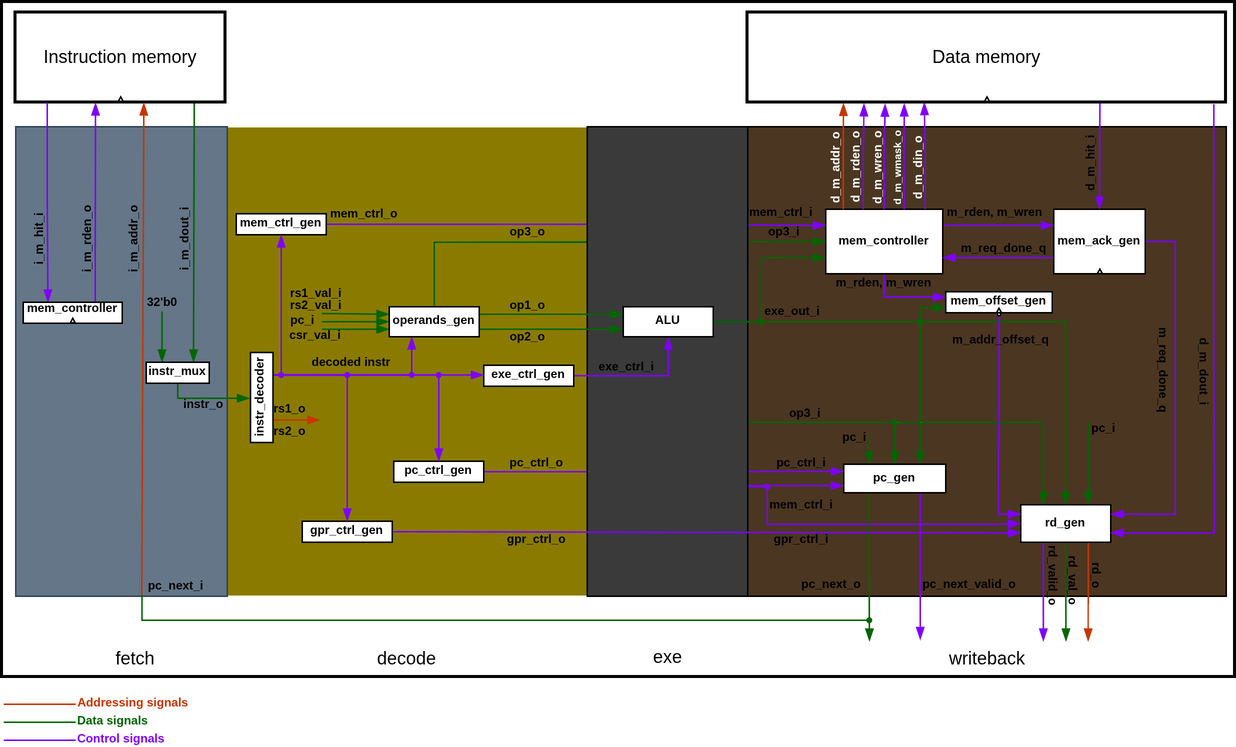
Kawanami-git/SCHOLAR_RISC-V keeps this draw.io diagram as img/SCHOLAR_RISC-V_architecture.png. Above is the earlier version. Source tidied: cells renumbered, new cells last; positions are measured from the earlier drawing's top-left corner, leaving out a move shared by most shapes.
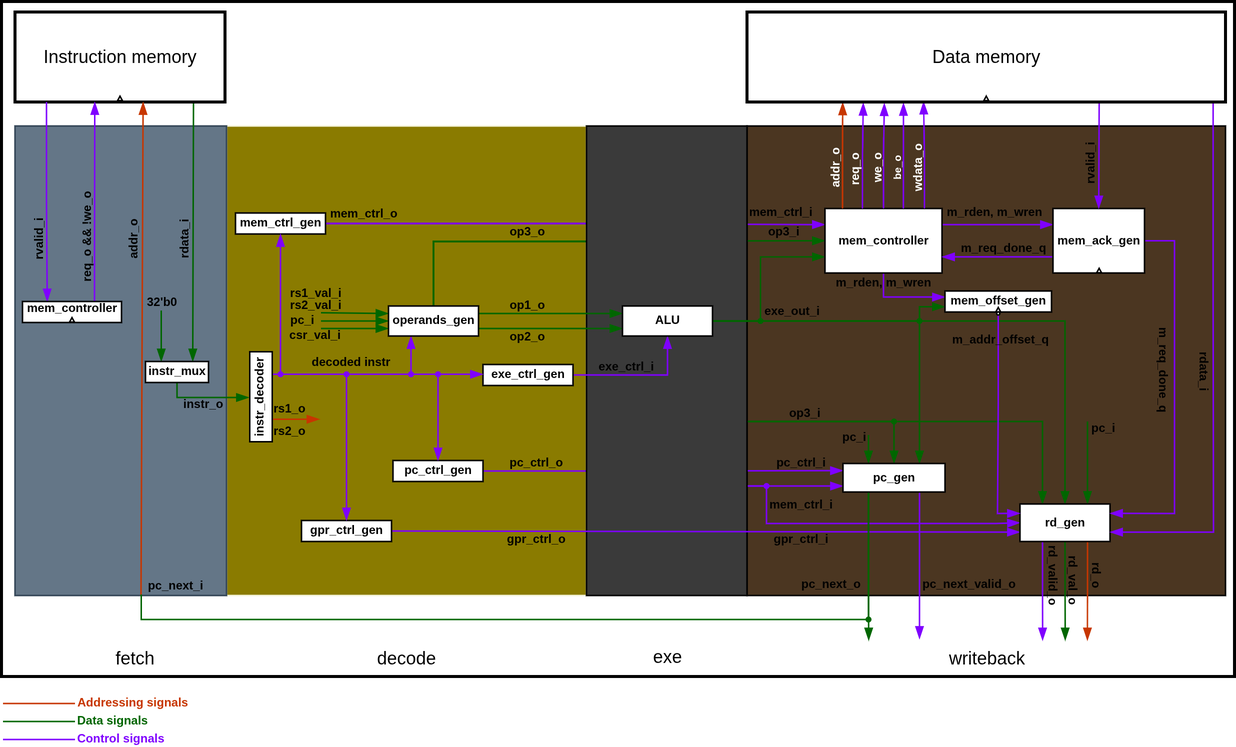
Above is the later version.

The edit, as a diff of the source:
```diff
@@ -102,16 +102,16 @@
     <mxCell id="20" value="&lt;font style=&quot;font-size: 8px;&quot;&gt;&lt;b&gt;32'b0&lt;/b&gt;&lt;/font&gt;" style="text;html=1;align=center;verticalAlign=middle;whiteSpace=wrap;rounded=0;rotation=0;" parent="1" vertex="1">
       <mxGeometry x="95" y="193" width="24" height="12" as="geometry" />
     </mxCell>
-    <mxCell id="21" value="&lt;b&gt;&lt;font style=&quot;font-size: 8px;&quot;&gt;i_m_hit_i&lt;/font&gt;&lt;/b&gt;" style="text;html=1;align=center;verticalAlign=middle;whiteSpace=wrap;rounded=0;spacingBottom=4;textDirection=ltr;rotation=-90;" parent="1" vertex="1">
+    <mxCell id="21" value="&lt;b&gt;&lt;font style=&quot;font-size: 8px;&quot;&gt;rvalid_i&lt;/font&gt;&lt;/b&gt;" style="text;html=1;align=center;verticalAlign=middle;whiteSpace=wrap;rounded=0;spacingBottom=4;textDirection=ltr;rotation=-90;" parent="1" vertex="1">
       <mxGeometry x="3" y="153.5" width="45" height="9" as="geometry" />
     </mxCell>
-    <mxCell id="22" value="&lt;b&gt;&lt;font style=&quot;font-size: 8px;&quot;&gt;i_m_rden_o&lt;/font&gt;&lt;/b&gt;" style="text;html=1;align=center;verticalAlign=middle;whiteSpace=wrap;rounded=0;spacingBottom=4;textDirection=ltr;rotation=-90;" parent="1" vertex="1">
-      <mxGeometry x="35" y="153.5" width="45" height="9" as="geometry" />
+    <mxCell id="22" value="&lt;b&gt;&lt;font style=&quot;font-size: 8px;&quot;&gt;req_o &amp;amp;&amp;amp; !we_o&lt;/font&gt;&lt;/b&gt;" style="text;html=1;align=center;verticalAlign=middle;whiteSpace=wrap;rounded=0;spacingBottom=4;textDirection=ltr;rotation=-90;" parent="1" vertex="1">
+      <mxGeometry x="23" y="152" width="68" height="9" as="geometry" />
     </mxCell>
-    <mxCell id="23" value="&lt;b&gt;&lt;font style=&quot;font-size: 8px;&quot;&gt;i_m_addr_o&lt;/font&gt;&lt;/b&gt;" style="text;html=1;align=center;verticalAlign=middle;whiteSpace=wrap;rounded=0;spacingBottom=4;textDirection=ltr;rotation=-90;" parent="1" vertex="1">
+    <mxCell id="23" value="&lt;b&gt;&lt;font style=&quot;font-size: 8px;&quot;&gt;addr_o&lt;/font&gt;&lt;/b&gt;" style="text;html=1;align=center;verticalAlign=middle;whiteSpace=wrap;rounded=0;spacingBottom=4;textDirection=ltr;rotation=-90;" parent="1" vertex="1">
       <mxGeometry x="66" y="153.5" width="45" height="9" as="geometry" />
     </mxCell>
-    <mxCell id="24" value="&lt;b&gt;&lt;font style=&quot;font-size: 8px;&quot;&gt;i_m_dout_i&lt;/font&gt;&lt;/b&gt;" style="text;html=1;align=center;verticalAlign=middle;whiteSpace=wrap;rounded=0;spacingBottom=4;textDirection=ltr;rotation=-90;" parent="1" vertex="1">
+    <mxCell id="24" value="&lt;b&gt;&lt;font style=&quot;font-size: 8px;&quot;&gt;rdata_i&lt;/font&gt;&lt;/b&gt;" style="text;html=1;align=center;verticalAlign=middle;whiteSpace=wrap;rounded=0;spacingBottom=4;textDirection=ltr;rotation=-90;" parent="1" vertex="1">
       <mxGeometry x="100" y="153.5" width="45" height="9" as="geometry" />
     </mxCell>
     <mxCell id="25" value="&lt;b&gt;&lt;font style=&quot;font-size: 8px;&quot;&gt;instr_o&lt;/font&gt;&lt;/b&gt;" style="text;html=1;align=center;verticalAlign=middle;whiteSpace=wrap;rounded=0;spacingBottom=4;textDirection=ltr;rotation=0;" parent="1" vertex="1">
@@ -400,22 +400,22 @@
     <mxCell id="100" style="rounded=0;jettySize=auto;html=1;exitX=0.736;exitY=1;exitDx=0;exitDy=0;entryX=0.5;entryY=0;entryDx=0;entryDy=0;exitPerimeter=0;strokeColor=#7F00FF;endArrow=blockThin;endFill=1;" parent="1" edge="1" source="107" target="85">
       <mxGeometry relative="1" as="geometry" />
     </mxCell>
-    <mxCell id="101" value="&lt;font style=&quot;font-size: 8px;&quot;&gt;&lt;b&gt;d_m_hit_i&lt;/b&gt;&lt;/font&gt;" style="text;html=1;align=center;verticalAlign=middle;whiteSpace=wrap;rounded=0;spacingBottom=4;rotation=-90;" parent="1" vertex="1">
+    <mxCell id="101" value="&lt;font style=&quot;font-size: 8px;&quot;&gt;&lt;b&gt;rvalid_i&lt;/b&gt;&lt;/font&gt;" style="text;html=1;align=center;verticalAlign=middle;whiteSpace=wrap;rounded=0;spacingBottom=4;rotation=-90;" parent="1" vertex="1">
       <mxGeometry x="707" y="104" width="38" height="7" as="geometry" />
     </mxCell>
-    <mxCell id="102" value="&lt;font style=&quot;font-size: 8px; color: rgb(255, 255, 255);&quot;&gt;&lt;b style=&quot;&quot;&gt;d_m_addr_o&lt;/b&gt;&lt;/font&gt;" style="text;html=1;align=center;verticalAlign=middle;whiteSpace=wrap;rounded=0;spacingBottom=4;rotation=-90;" parent="1" vertex="1">
+    <mxCell id="102" value="&lt;font style=&quot;font-size: 8px; color: rgb(255, 255, 255);&quot;&gt;&lt;b style=&quot;&quot;&gt;addr_o&lt;/b&gt;&lt;/font&gt;" style="text;html=1;align=center;verticalAlign=middle;whiteSpace=wrap;rounded=0;spacingBottom=4;rotation=-90;" parent="1" vertex="1">
       <mxGeometry x="531" y="107" width="50" height="7" as="geometry" />
     </mxCell>
-    <mxCell id="103" value="&lt;font style=&quot;font-size: 8px; color: rgb(255, 255, 255);&quot;&gt;&lt;b style=&quot;&quot;&gt;d_m_rden_o&lt;/b&gt;&lt;/font&gt;" style="text;html=1;align=center;verticalAlign=middle;whiteSpace=wrap;rounded=0;spacingBottom=4;rotation=-90;" parent="1" vertex="1">
-      <mxGeometry x="544.5" y="107" width="50" height="7" as="geometry" />
+    <mxCell id="103" value="&lt;font style=&quot;color: rgb(255, 255, 255); font-size: 8px;&quot;&gt;&lt;b style=&quot;&quot;&gt;req_o&lt;/b&gt;&lt;/font&gt;" style="text;html=1;align=center;verticalAlign=middle;whiteSpace=wrap;rounded=0;spacingBottom=4;rotation=-90;" parent="1" vertex="1">
+      <mxGeometry x="555.3" y="107.4" width="28.4" height="7" as="geometry" />
     </mxCell>
-    <mxCell id="104" value="&lt;font style=&quot;font-size: 8px; color: rgb(255, 255, 255);&quot;&gt;&lt;b style=&quot;&quot;&gt;d_m_wren_o&lt;/b&gt;&lt;/font&gt;" style="text;html=1;align=center;verticalAlign=middle;whiteSpace=wrap;rounded=0;spacingBottom=4;rotation=-90;" parent="1" vertex="1">
+    <mxCell id="104" value="&lt;font style=&quot;font-size: 8px; color: rgb(255, 255, 255);&quot;&gt;&lt;b style=&quot;&quot;&gt;we_o&lt;/b&gt;&lt;/font&gt;" style="text;html=1;align=center;verticalAlign=middle;whiteSpace=wrap;rounded=0;spacingBottom=4;rotation=-90;" parent="1" vertex="1">
       <mxGeometry x="559" y="107" width="50" height="7" as="geometry" />
     </mxCell>
-    <mxCell id="105" value="&lt;font style=&quot;color: rgb(255, 255, 255); font-size: 7px;&quot;&gt;&lt;b style=&quot;&quot;&gt;d_m_wmask_o&lt;/b&gt;&lt;/font&gt;" style="text;html=1;align=center;verticalAlign=middle;whiteSpace=wrap;rounded=0;spacingBottom=4;rotation=-90;" parent="1" vertex="1">
+    <mxCell id="105" value="&lt;font style=&quot;color: rgb(255, 255, 255); font-size: 7px;&quot;&gt;&lt;b style=&quot;&quot;&gt;be_o&lt;/b&gt;&lt;/font&gt;" style="text;html=1;align=center;verticalAlign=middle;whiteSpace=wrap;rounded=0;spacingBottom=4;rotation=-90;" parent="1" vertex="1">
       <mxGeometry x="567" y="107" width="60" height="7" as="geometry" />
     </mxCell>
-    <mxCell id="106" value="&lt;font style=&quot;font-size: 8px; color: rgb(255, 255, 255);&quot;&gt;&lt;b style=&quot;&quot;&gt;d_m_din_o&lt;/b&gt;&lt;/font&gt;" style="text;html=1;align=center;verticalAlign=middle;whiteSpace=wrap;rounded=0;spacingBottom=4;rotation=-90;" parent="1" vertex="1">
+    <mxCell id="106" value="&lt;font style=&quot;font-size: 8px; color: rgb(255, 255, 255);&quot;&gt;&lt;b style=&quot;&quot;&gt;wdata_o&lt;/b&gt;&lt;/font&gt;" style="text;html=1;align=center;verticalAlign=middle;whiteSpace=wrap;rounded=0;spacingBottom=4;rotation=-90;" parent="1" vertex="1">
       <mxGeometry x="586" y="107" width="50" height="7" as="geometry" />
     </mxCell>
     <mxCell id="107" value="Data memory" style="rounded=0;whiteSpace=wrap;html=1;points=[[0,0,0,0,0],[0,0.25,0,0,0],[0,0.5,0,0,0],[0,0.75,0,0,0],[0.15,1,0,0,0],[0.25,0,0,0,0],[0.38,1,0,0,0],[0.5,0,0,0,0],[0.61,1,0,0,0],[0.75,0,0,0,0],[0.85,1,0,0,0],[1,0,0,0,0],[1,0.25,0,0,0],[1,0.5,0,0,0],[1,0.75,0,0,0]];strokeWidth=2;" parent="1" vertex="1">
@@ -429,7 +429,7 @@
         </Array>
       </mxGeometry>
     </mxCell>
-    <mxCell id="109" value="&lt;font style=&quot;font-size: 8px;&quot;&gt;&lt;b&gt;d_m_dout_i&lt;/b&gt;&lt;/font&gt;" style="text;html=1;align=center;verticalAlign=middle;whiteSpace=wrap;rounded=0;spacingBottom=4;rotation=90;" parent="1" vertex="1">
+    <mxCell id="109" value="&lt;font style=&quot;font-size: 8px;&quot;&gt;&lt;b&gt;rdata_i&lt;/b&gt;&lt;/font&gt;" style="text;html=1;align=center;verticalAlign=middle;whiteSpace=wrap;rounded=0;spacingBottom=4;rotation=90;" parent="1" vertex="1">
       <mxGeometry x="775" y="243" width="52" height="7" as="geometry" />
     </mxCell>
     <mxCell id="110" value="&lt;font style=&quot;font-size: 8px;&quot;&gt;&lt;b&gt;rd_o&lt;/b&gt;&lt;/font&gt;" style="text;html=1;align=center;verticalAlign=middle;whiteSpace=wrap;rounded=0;spacingBottom=4;rotation=90;" parent="1" vertex="1">
```
